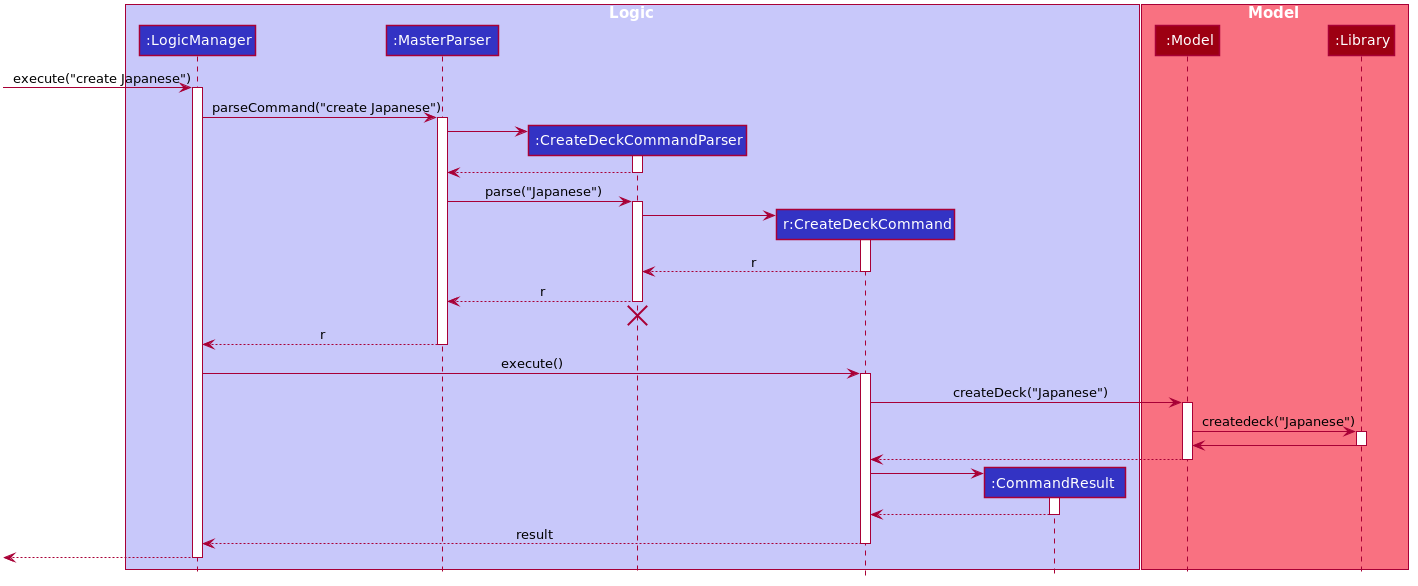
Above: docs/diagrams/CreateSequenceDiagram.png in oLiXino/main (PlantUML), before the change.
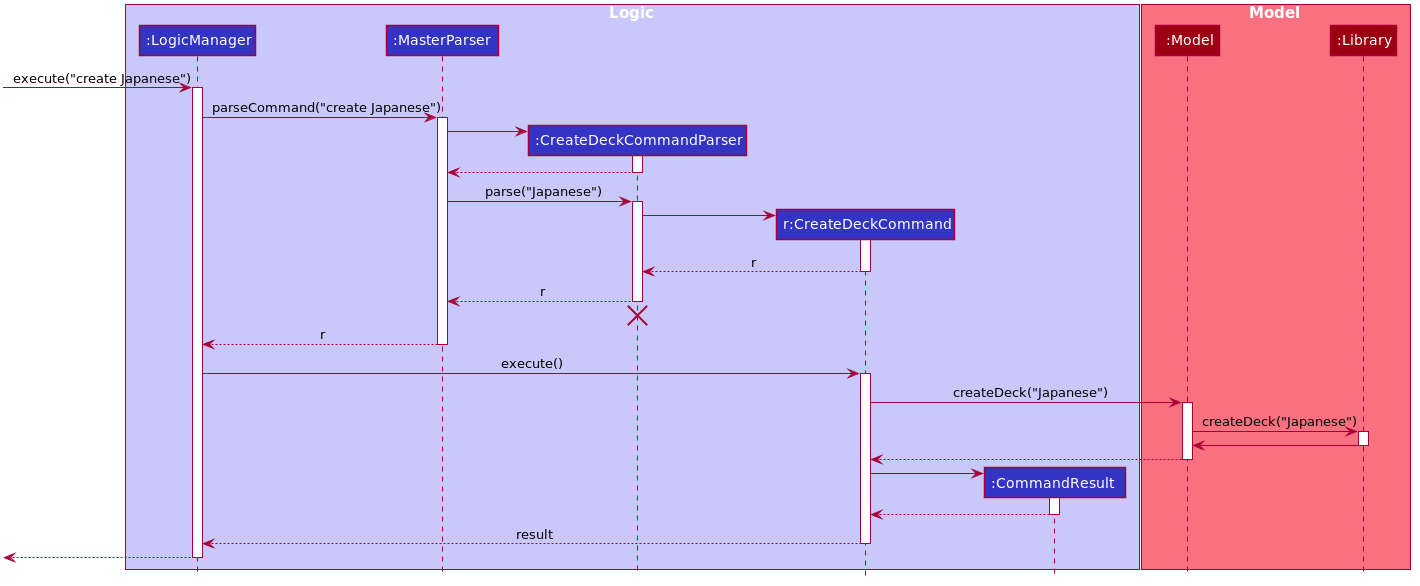
After the change.

Commit message:
Add figure captions in dg

Diff of the diagram source:
```diff
@@ -98,7 +98,7 @@
 CreateDeckCommand -> Model : createDeck("Japanese")
 activate Model
 
-Model -> Library : createdeck("Japanese")
+Model -> Library : createDeck("Japanese")
 activate Library
 
 Library -> Model
```
